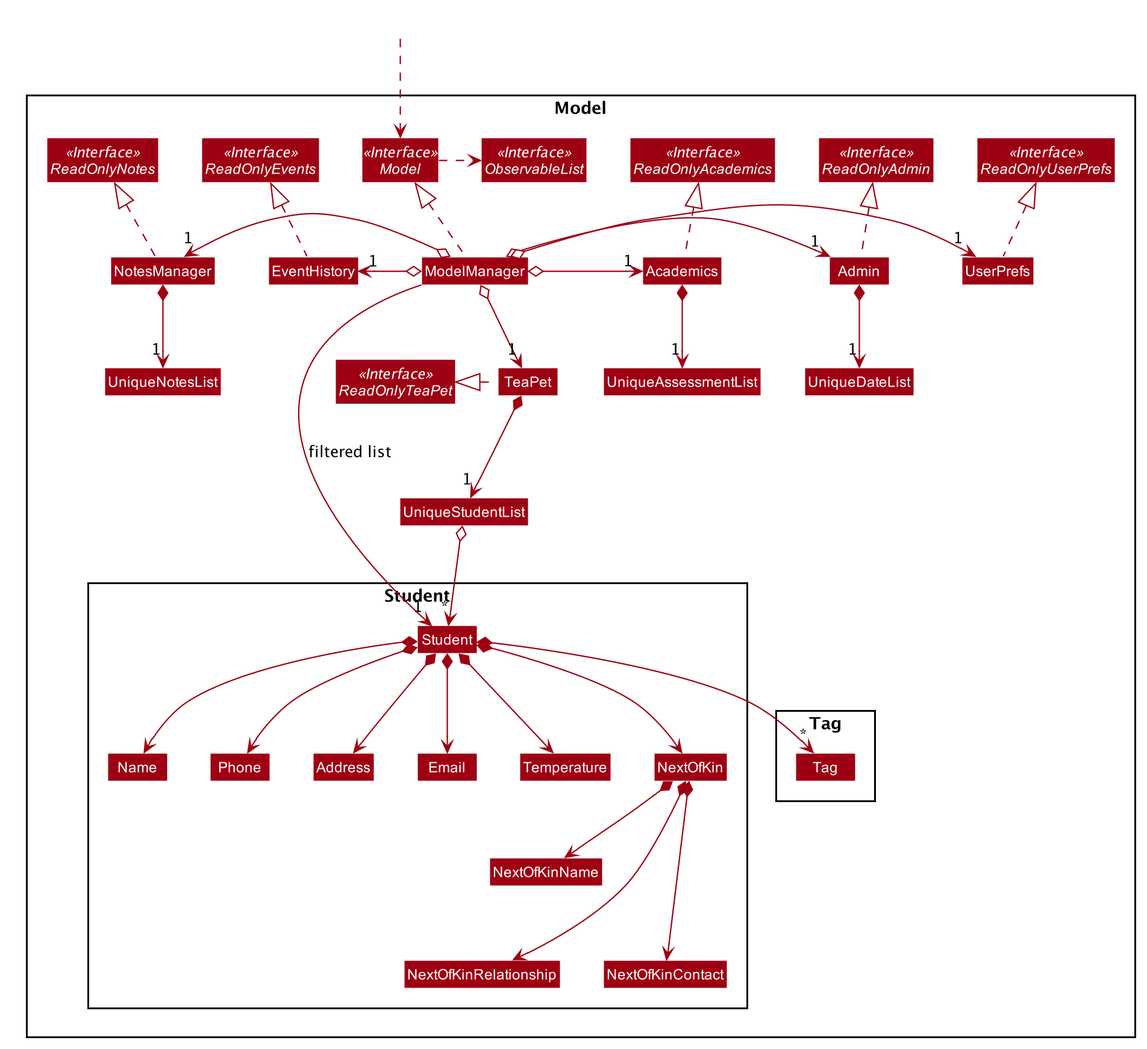
The PlantUML diagram images/ModelClassDiagram.png in AY1920S2-CS2103T-W12-2/main, before a commit.
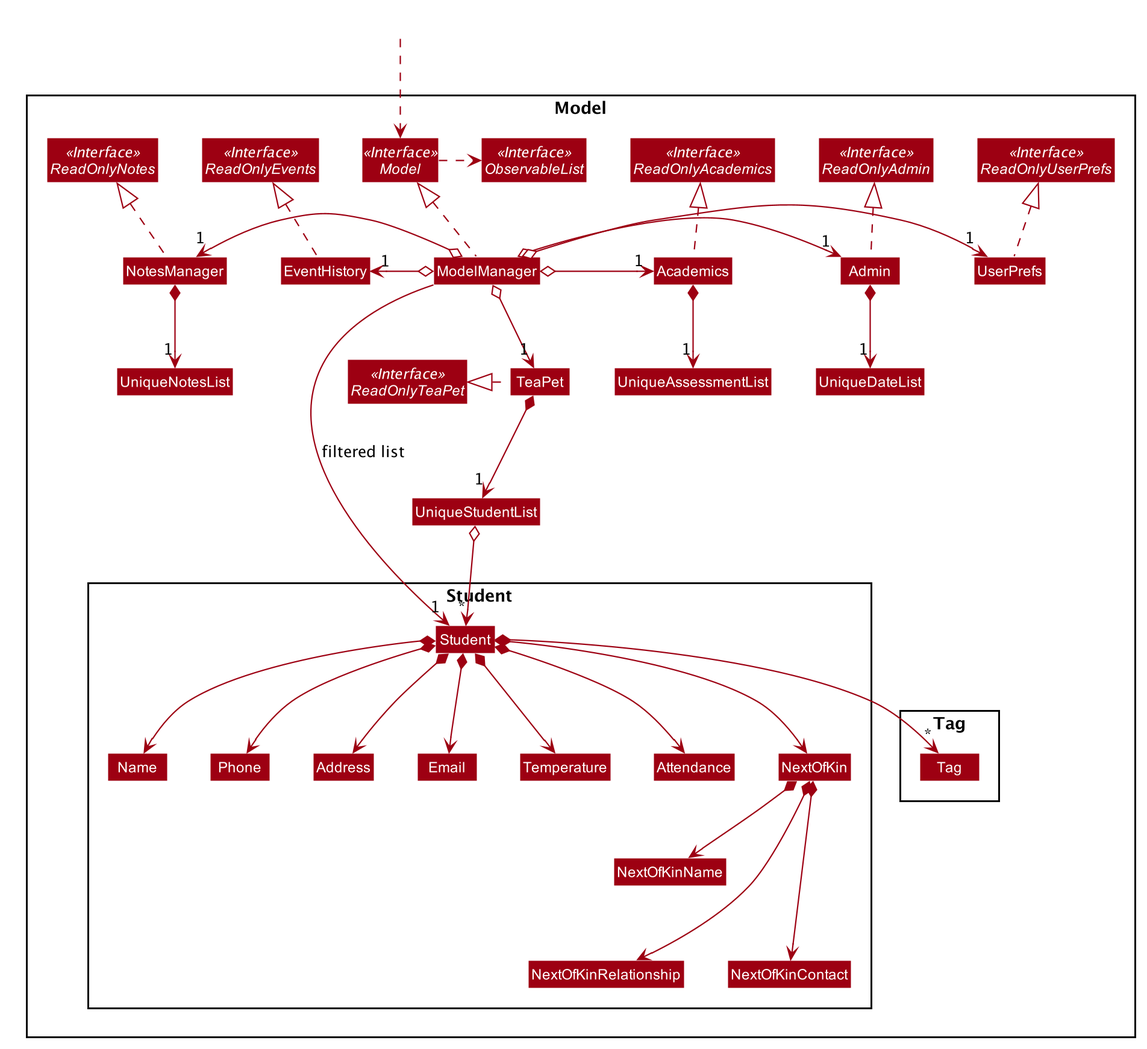
Later version of the same file.

Diff of the diagram source:
```diff
@@ -89,6 +89,7 @@
 Class Name
 Class Phone
 Class Temperature
+Class Attendance
 Class NextOfKin
 NextOfKin *--> NextOfKinName
 NextOfKin *---> NextOfKinRelationship
@@ -125,6 +126,7 @@
 Student *--> Address
 Student *--> "*" Tag
 Student *--> Temperature
+Student *--> Attendance
 Student *--> NextOfKin
 
 
```
